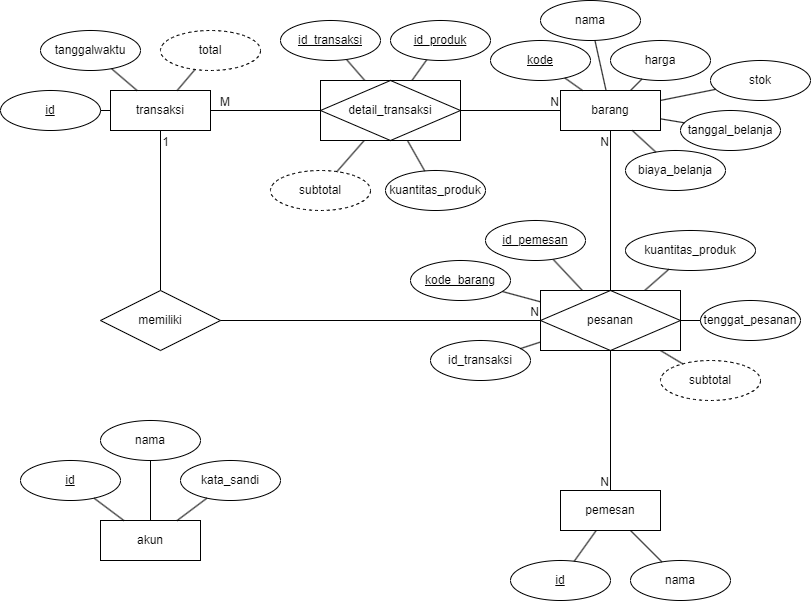
Earlier version of the draw.io export src/main/resources/diagrams/db_warunq.drawio.png (James1Aurora/WarunQ). Source tidied: cells renumbered, new cells last; positions are measured from the earlier drawing's top-left corner, leaving out a move shared by most shapes.
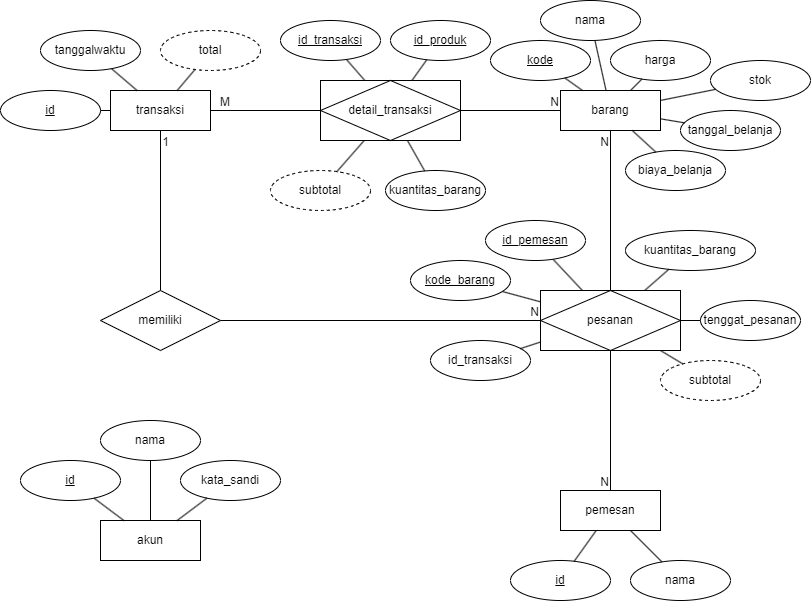
After the change.

The edit, as a diff of the source:
```diff
@@ -44,7 +44,7 @@
     <mxCell id="15" value="stok" style="ellipse;whiteSpace=wrap;html=1;align=center;" parent="1" vertex="1">
       <mxGeometry x="710" y="60" width="100" height="40" as="geometry" />
     </mxCell>
-    <mxCell id="16" value="kuantitas_produk" style="ellipse;whiteSpace=wrap;html=1;align=center;" parent="1" vertex="1">
+    <mxCell id="16" value="kuantitas_barang" style="ellipse;whiteSpace=wrap;html=1;align=center;" parent="1" vertex="1">
       <mxGeometry x="385" y="170" width="100" height="40" as="geometry" />
     </mxCell>
     <mxCell id="17" style="endArrow=none;html=1;rounded=0;" parent="1" edge="1" source="25" target="16">
@@ -127,7 +127,7 @@
     <mxCell id="42" style="endArrow=none;html=1;rounded=0;" parent="1" edge="1" source="52" target="41">
       <mxGeometry relative="1" as="geometry" />
     </mxCell>
-    <mxCell id="43" value="kuantitas_produk" style="ellipse;whiteSpace=wrap;html=1;align=center;" parent="1" vertex="1">
+    <mxCell id="43" value="kuantitas_barang" style="ellipse;whiteSpace=wrap;html=1;align=center;" parent="1" vertex="1">
       <mxGeometry x="625" y="230" width="130" height="40" as="geometry" />
     </mxCell>
     <mxCell id="44" value="subtotal" style="ellipse;whiteSpace=wrap;html=1;align=center;dashed=1;" parent="1" vertex="1">
```
